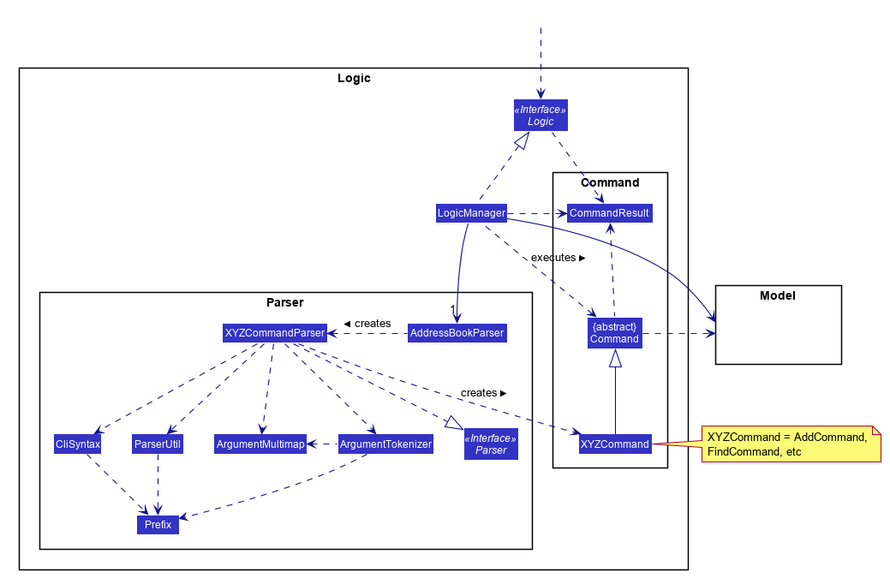
Above: docs/images/LogicClassDiagram.png in nus-cs2103-AY1920S2/addressbook-level3 (PlantUML), before the change.
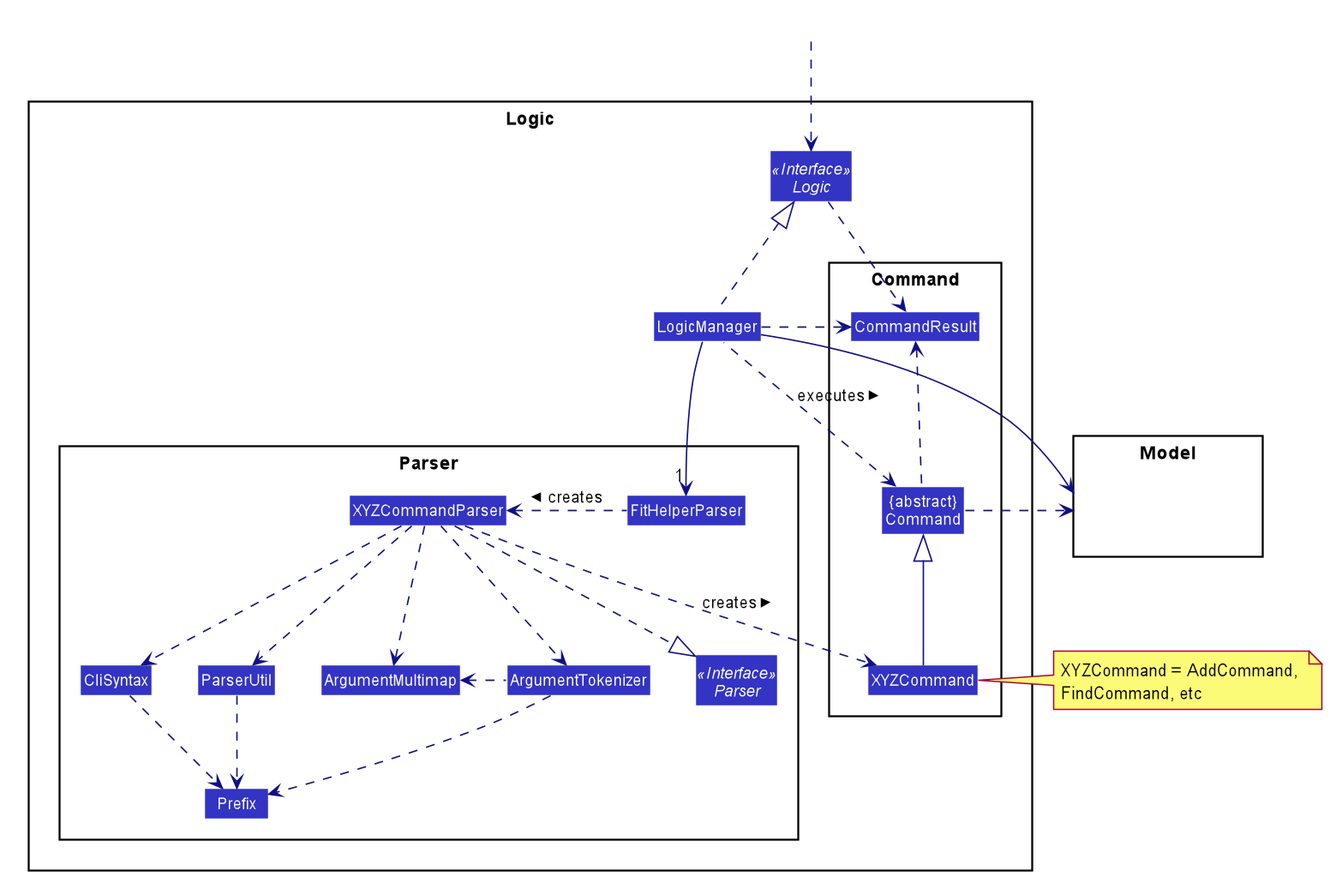
After the commit.

Diff of the diagram source:
```diff
@@ -55,7 +55,7 @@
 
 package Parser {
 Interface Parser <<Interface>>
-Class AddressBookParser
+Class FitHelperParser
 Class XYZCommandParser
 Class CliSyntax
 Class ParserUtil
@@ -82,8 +82,8 @@
 HiddenOutside ..> Logic
 
 LogicManager .up.|> Logic
-LogicManager -->"1" AddressBookParser
-AddressBookParser .left.> XYZCommandParser: creates >
+LogicManager -->"1" FitHelperParser
+FitHelperParser .left.> XYZCommandParser: creates >
 
 XYZCommandParser ..> XYZCommand : creates >
 XYZCommandParser ..|> Parser
```
